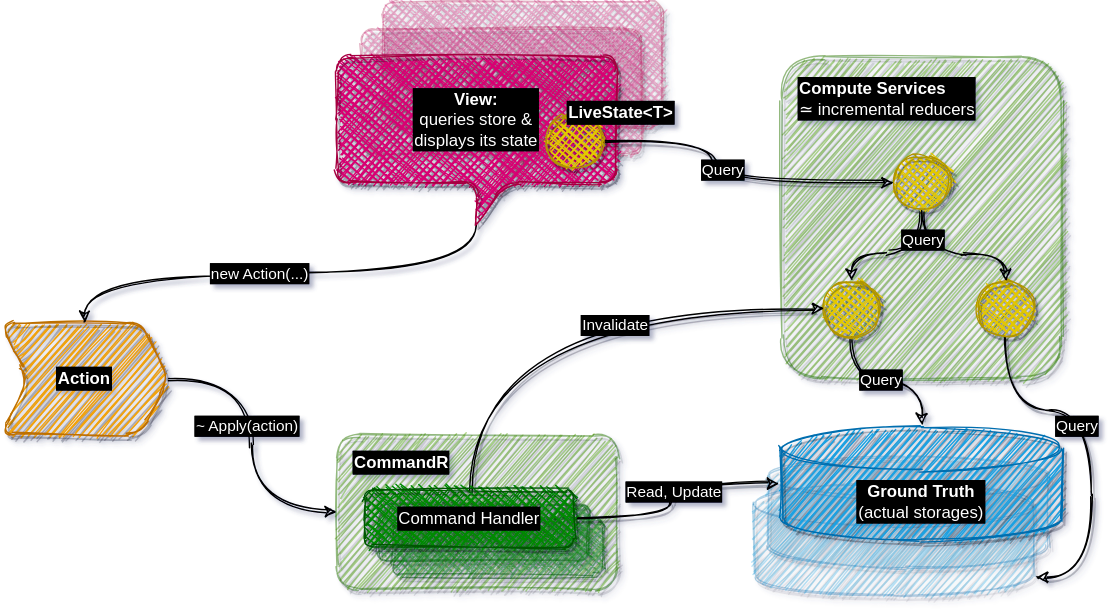
Above: Slides/Fusion_v2/diagrams/vs/fusion1.dio.svg in alexyakunin/Stl.Fusion.Materials (draw.io), before the change. Source tidied: cells renumbered, new cells last; positions are measured from the earlier drawing's top-left corner, leaving out a move shared by most shapes. Source of this version:
```xml
<mxGraphModel shadow="1">
  <root>
    <mxCell id="0" />
    <mxCell id="1" parent="0" />
    <mxCell id="2" style="rounded=1;whiteSpace=wrap;html=1;fillColor=#60a917;strokeColor=#2D7600;fontColor=#ffffff;sketch=1;shadow=1;labelBackgroundColor=#000000;labelBorderColor=#000000;opacity=50;" parent="1" vertex="1">
      <mxGeometry x="558" y="40" width="200" height="230" as="geometry" />
    </mxCell>
    <mxCell id="3" style="shape=cylinder3;whiteSpace=wrap;html=1;boundedLbl=1;backgroundOutline=1;size=15;shadow=1;fillColor=#1ba1e2;strokeColor=#006EAF;strokeWidth=1;perimeterSpacing=2;labelBackgroundColor=#000000;labelBorderColor=#000000;sketch=1;rounded=1;opacity=30;fontColor=#FFFFFF;" parent="1" vertex="1">
      <mxGeometry x="548" y="325" width="200" height="80" as="geometry" />
    </mxCell>
    <mxCell id="4" style="shape=cylinder3;whiteSpace=wrap;html=1;boundedLbl=1;backgroundOutline=1;size=15;shadow=1;fillColor=#1ba1e2;strokeColor=#006EAF;strokeWidth=1;perimeterSpacing=2;labelBackgroundColor=#000000;labelBorderColor=#000000;sketch=1;rounded=1;opacity=30;fontColor=#FFFFFF;" parent="1" vertex="1">
      <mxGeometry x="538" y="345" width="200" height="80" as="geometry" />
    </mxCell>
    <mxCell id="5" value="&lt;b&gt;Ground Truth&lt;/b&gt;&lt;br&gt;(actual storages)" style="shape=cylinder3;whiteSpace=wrap;html=1;boundedLbl=1;backgroundOutline=1;size=15;shadow=1;fillColor=#1ba1e2;strokeColor=#006EAF;strokeWidth=1;perimeterSpacing=2;labelBackgroundColor=#000000;labelBorderColor=#000000;sketch=1;rounded=1;fontColor=#FFFFFF;" parent="1" vertex="1">
      <mxGeometry x="558" y="305" width="200" height="80" as="geometry" />
    </mxCell>
    <mxCell id="6" style="rounded=1;whiteSpace=wrap;html=1;fillColor=#60a917;strokeColor=#2D7600;fontColor=#ffffff;sketch=1;shadow=1;labelBackgroundColor=#000000;labelBorderColor=#000000;opacity=50;" parent="1" vertex="1">
      <mxGeometry x="240" y="310" width="200" height="110" as="geometry" />
    </mxCell>
    <mxCell id="7" style="shape=callout;whiteSpace=wrap;html=1;perimeter=calloutPerimeter;rounded=1;shadow=1;labelBackgroundColor=#000000;sketch=1;strokeWidth=1;fillColor=#d80073;strokeColor=#A50040;fillStyle=cross-hatch;opacity=30;fontColor=#FFFFFF;labelBorderColor=#000000;" parent="1" vertex="1">
      <mxGeometry x="273" width="200" height="120" as="geometry" />
    </mxCell>
    <mxCell id="8" style="edgeStyle=orthogonalEdgeStyle;curved=1;rounded=0;sketch=1;jettySize=auto;html=1;exitX=1;exitY=0.5;exitDx=0;exitDy=0;entryX=0;entryY=0.5;entryDx=0;entryDy=0;labelBackgroundColor=#000000;fontColor=#FFFFFF;labelBorderColor=#000000;" parent="1" edge="1" source="10" target="6">
      <mxGeometry relative="1" as="geometry" />
    </mxCell>
    <mxCell id="9" value="~ Apply(action)" style="edgeLabel;html=1;align=center;verticalAlign=middle;labelBackgroundColor=#000000;fontColor=#FFFFFF;labelBorderColor=#000000;" parent="8" vertex="1">
      <mxGeometry x="-0.09" y="-5" relative="1" as="geometry">
        <mxPoint y="-5" as="offset" />
      </mxGeometry>
    </mxCell>
    <mxCell id="10" value="&lt;b&gt;Action&lt;/b&gt;" style="shape=step;perimeter=stepPerimeter;whiteSpace=wrap;html=1;fixedSize=1;rounded=1;shadow=1;labelBackgroundColor=#000000;sketch=1;strokeWidth=1;fillColor=#f0a30a;strokeColor=#BD7000;fontColor=#FFFFFF;labelBorderColor=#000000;" parent="1" vertex="1">
      <mxGeometry y="230" width="120" height="80" as="geometry" />
    </mxCell>
    <mxCell id="11" style="shape=callout;whiteSpace=wrap;html=1;perimeter=calloutPerimeter;rounded=1;shadow=1;labelBackgroundColor=#000000;sketch=1;strokeWidth=1;fillColor=#d80073;strokeColor=#A50040;fillStyle=cross-hatch;opacity=30;fontColor=#FFFFFF;labelBorderColor=#000000;" parent="1" vertex="1">
      <mxGeometry x="258" y="20" width="200" height="120" as="geometry" />
    </mxCell>
    <mxCell id="12" style="edgeStyle=orthogonalEdgeStyle;curved=1;rounded=0;sketch=1;jettySize=auto;html=1;exitX=0;exitY=0;exitDx=100;exitDy=120;exitPerimeter=0;entryX=0.5;entryY=0;entryDx=0;entryDy=0;labelBackgroundColor=#000000;fontColor=#FFFFFF;labelBorderColor=#000000;" parent="1" edge="1" source="14" target="10">
      <mxGeometry relative="1" as="geometry" />
    </mxCell>
    <mxCell id="13" value="new Action(...)" style="edgeLabel;html=1;align=center;verticalAlign=middle;labelBackgroundColor=#000000;fontColor=#FFFFFF;labelBorderColor=#000000;" parent="12" vertex="1">
      <mxGeometry x="0.09" y="-1" relative="1" as="geometry">
        <mxPoint x="1" as="offset" />
      </mxGeometry>
    </mxCell>
    <mxCell id="14" value="&lt;b&gt;View:&lt;br&gt;&lt;/b&gt;queries store &amp;amp;&lt;br&gt;displays its state" style="shape=callout;whiteSpace=wrap;html=1;perimeter=calloutPerimeter;rounded=1;shadow=1;labelBackgroundColor=#000000;sketch=1;strokeWidth=1;fillColor=#d80073;strokeColor=#A50040;fillStyle=cross-hatch;fontColor=#FFFFFF;labelBorderColor=#000000;" parent="1" vertex="1">
      <mxGeometry x="240" y="40" width="200" height="120" as="geometry" />
    </mxCell>
    <mxCell id="15" value="&lt;b&gt;CommandR&lt;/b&gt;" style="text;html=1;strokeColor=none;fillColor=none;align=left;verticalAlign=middle;whiteSpace=wrap;rounded=0;labelBackgroundColor=#000000;fontColor=#FFFFFF;labelBorderColor=#000000;" parent="1" vertex="1">
      <mxGeometry x="250" y="320" width="70" height="20" as="geometry" />
    </mxCell>
    <mxCell id="16" value="&lt;b&gt;Compute Services&lt;/b&gt;&lt;br&gt;≃&amp;nbsp;incremental reducers" style="text;html=1;strokeColor=none;fillColor=none;align=left;verticalAlign=middle;whiteSpace=wrap;rounded=0;labelBackgroundColor=#000000;fontColor=#FFFFFF;labelBorderColor=#000000;" parent="1" vertex="1">
      <mxGeometry x="568" y="60" width="170" height="20" as="geometry" />
    </mxCell>
    <mxCell id="17" style="edgeStyle=orthogonalEdgeStyle;curved=1;sketch=1;jettySize=auto;html=1;exitX=1;exitY=0.5;exitDx=0;exitDy=0;shadow=1;fontColor=#FFFFFF;entryX=0;entryY=0.5;entryDx=0;entryDy=0;" parent="1" edge="1" source="19" target="28">
      <mxGeometry relative="1" as="geometry">
        <Array as="points">
          <mxPoint x="510" y="100" />
          <mxPoint x="510" y="130" />
        </Array>
      </mxGeometry>
    </mxCell>
    <mxCell id="18" value="Query" style="edgeLabel;html=1;align=center;verticalAlign=middle;fontColor=#FFFFFF;labelBackgroundColor=#000000;labelBorderColor=#000000;" parent="17" vertex="1">
      <mxGeometry x="-0.03" y="4" relative="1" as="geometry">
        <mxPoint y="-6" as="offset" />
      </mxGeometry>
    </mxCell>
    <mxCell id="19" style="ellipse;whiteSpace=wrap;html=1;labelBackgroundColor=#000000;fontColor=#ffffff;align=left;fillColor=#e3c800;strokeColor=#B09500;shadow=1;sketch=1;fillStyle=cross-hatch;" parent="1" vertex="1">
      <mxGeometry x="390" y="80" width="40" height="40" as="geometry" />
    </mxCell>
    <mxCell id="20" value="&lt;b&gt;LiveState&amp;lt;T&amp;gt;&lt;/b&gt;" style="text;html=1;strokeColor=none;fillColor=none;align=left;verticalAlign=middle;whiteSpace=wrap;rounded=0;labelBackgroundColor=#000000;fontColor=#FFFFFF;labelBorderColor=#000000;" parent="1" vertex="1">
      <mxGeometry x="403" y="70" width="70" height="20" as="geometry" />
    </mxCell>
    <mxCell id="21" style="edgeStyle=orthogonalEdgeStyle;curved=1;sketch=1;jettySize=auto;html=1;exitX=0.5;exitY=1;exitDx=0;exitDy=0;shadow=1;fontColor=#FFFFFF;" parent="1" edge="1" source="23" target="5">
      <mxGeometry relative="1" as="geometry" />
    </mxCell>
    <mxCell id="22" value="Query" style="edgeLabel;html=1;align=center;verticalAlign=middle;fontColor=#FFFFFF;labelBackgroundColor=#000000;labelBorderColor=#000000;" parent="21" vertex="1">
      <mxGeometry x="0.37" y="-1" relative="1" as="geometry">
        <mxPoint x="-25.5" y="-3.5" as="offset" />
      </mxGeometry>
    </mxCell>
    <mxCell id="23" style="ellipse;whiteSpace=wrap;html=1;labelBackgroundColor=#000000;fontColor=#ffffff;align=left;fillColor=#e3c800;strokeColor=#B09500;shadow=1;sketch=1;fillStyle=cross-hatch;" parent="1" vertex="1">
      <mxGeometry x="588" y="200" width="40" height="40" as="geometry" />
    </mxCell>
    <mxCell id="24" style="edgeStyle=orthogonalEdgeStyle;curved=1;sketch=1;jettySize=auto;html=1;exitX=0.5;exitY=1;exitDx=0;exitDy=0;entryX=1;entryY=1;entryDx=0;entryDy=-15;entryPerimeter=0;shadow=1;fontColor=#FFFFFF;" parent="1" edge="1" source="26" target="4">
      <mxGeometry relative="1" as="geometry">
        <Array as="points">
          <mxPoint x="718" y="293" />
          <mxPoint x="780" y="293" />
          <mxPoint x="780" y="412" />
        </Array>
      </mxGeometry>
    </mxCell>
    <mxCell id="25" value="Query" style="edgeLabel;html=1;align=center;verticalAlign=middle;fontColor=#FFFFFF;labelBackgroundColor=#000000;labelBorderColor=#000000;" parent="24" vertex="1">
      <mxGeometry x="-0.25" y="-10" relative="1" as="geometry" />
    </mxCell>
    <mxCell id="26" style="ellipse;whiteSpace=wrap;html=1;labelBackgroundColor=#000000;fontColor=#ffffff;align=left;fillColor=#e3c800;strokeColor=#B09500;shadow=1;sketch=1;fillStyle=cross-hatch;" parent="1" vertex="1">
      <mxGeometry x="698" y="200" width="40" height="40" as="geometry" />
    </mxCell>
    <mxCell id="27" style="edgeStyle=orthogonalEdgeStyle;curved=1;sketch=1;jettySize=auto;html=1;exitX=0.5;exitY=1;exitDx=0;exitDy=0;entryX=0.5;entryY=0;entryDx=0;entryDy=0;shadow=1;fontColor=#FFFFFF;labelBackgroundColor=#000000;labelBorderColor=#000000;" parent="1" edge="1" source="28" target="23">
      <mxGeometry x="0.36" relative="1" as="geometry">
        <Array as="points">
          <mxPoint x="658" y="180" />
          <mxPoint x="608" y="180" />
        </Array>
      </mxGeometry>
    </mxCell>
    <mxCell id="28" style="ellipse;whiteSpace=wrap;html=1;labelBackgroundColor=#000000;fontColor=#ffffff;align=left;fillColor=#e3c800;strokeColor=#B09500;shadow=1;sketch=1;fillStyle=cross-hatch;" parent="1" vertex="1">
      <mxGeometry x="638" y="110" width="40" height="40" as="geometry" />
    </mxCell>
    <mxCell id="29" style="rounded=1;whiteSpace=wrap;html=1;shadow=1;labelBackgroundColor=#000000;sketch=1;fontColor=#ffffff;align=center;fillColor=#008a00;strokeColor=#005700;fillStyle=cross-hatch;labelBorderColor=#000000;opacity=50;" parent="1" vertex="1">
      <mxGeometry x="270" y="360" width="150" height="40" as="geometry" />
    </mxCell>
    <mxCell id="30" style="rounded=1;whiteSpace=wrap;html=1;shadow=1;labelBackgroundColor=#000000;sketch=1;fontColor=#ffffff;align=center;fillColor=#008a00;strokeColor=#005700;fillStyle=cross-hatch;labelBorderColor=#000000;opacity=50;" parent="1" vertex="1">
      <mxGeometry x="280" y="370" width="150" height="40" as="geometry" />
    </mxCell>
    <mxCell id="31" style="edgeStyle=orthogonalEdgeStyle;jettySize=auto;html=1;exitX=0.5;exitY=0;exitDx=0;exitDy=0;entryX=0;entryY=0.5;entryDx=0;entryDy=0;fontColor=#FFFFFF;curved=1;sketch=1;shadow=1;" parent="1" edge="1" source="35" target="23">
      <mxGeometry relative="1" as="geometry">
        <Array as="points">
          <mxPoint x="335" y="220" />
        </Array>
      </mxGeometry>
    </mxCell>
    <mxCell id="32" value="Invalidate" style="edgeLabel;html=1;align=center;verticalAlign=middle;fontColor=#FFFFFF;labelBorderColor=#000000;labelBackgroundColor=#000000;" parent="31" vertex="1">
      <mxGeometry x="0.22" y="-11" relative="1" as="geometry" />
    </mxCell>
    <mxCell id="33" style="edgeStyle=orthogonalEdgeStyle;curved=1;sketch=1;jettySize=auto;html=1;exitX=1;exitY=0.5;exitDx=0;exitDy=0;shadow=1;fontColor=#FFFFFF;entryX=0;entryY=0.5;entryDx=0;entryDy=0;entryPerimeter=0;" parent="1" edge="1" source="35" target="5">
      <mxGeometry relative="1" as="geometry">
        <Array as="points">
          <mxPoint x="480" y="370" />
          <mxPoint x="480" y="345" />
        </Array>
      </mxGeometry>
    </mxCell>
    <mxCell id="34" value="Read, Update" style="edgeLabel;html=1;align=center;verticalAlign=middle;fontColor=#FFFFFF;labelBackgroundColor=#000000;labelBorderColor=#000000;" parent="33" vertex="1">
      <mxGeometry x="0.2" y="2" relative="1" as="geometry">
        <mxPoint x="-8" y="7" as="offset" />
      </mxGeometry>
    </mxCell>
    <mxCell id="35" value="Command Handler" style="rounded=1;whiteSpace=wrap;html=1;shadow=1;labelBackgroundColor=#000000;sketch=1;fontColor=#ffffff;align=center;fillColor=#008a00;strokeColor=#005700;fillStyle=cross-hatch;labelBorderColor=#000000;" parent="1" vertex="1">
      <mxGeometry x="260" y="350" width="150" height="40" as="geometry" />
    </mxCell>
    <mxCell id="36" style="edgeStyle=orthogonalEdgeStyle;curved=1;sketch=1;jettySize=auto;html=1;exitX=0.5;exitY=1;exitDx=0;exitDy=0;entryX=0.5;entryY=0;entryDx=0;entryDy=0;shadow=1;fontColor=#FFFFFF;" parent="1" edge="1" source="28" target="26">
      <mxGeometry relative="1" as="geometry">
        <Array as="points">
          <mxPoint x="658" y="180" />
          <mxPoint x="718" y="180" />
        </Array>
      </mxGeometry>
    </mxCell>
    <mxCell id="37" value="Query" style="edgeLabel;html=1;align=center;verticalAlign=middle;fontColor=#FFFFFF;labelBackgroundColor=#000000;labelBorderColor=#000000;" parent="36" vertex="1">
      <mxGeometry x="0.15" y="-7" relative="1" as="geometry">
        <mxPoint x="-34" y="-17" as="offset" />
      </mxGeometry>
    </mxCell>
  </root>
</mxGraphModel>
```
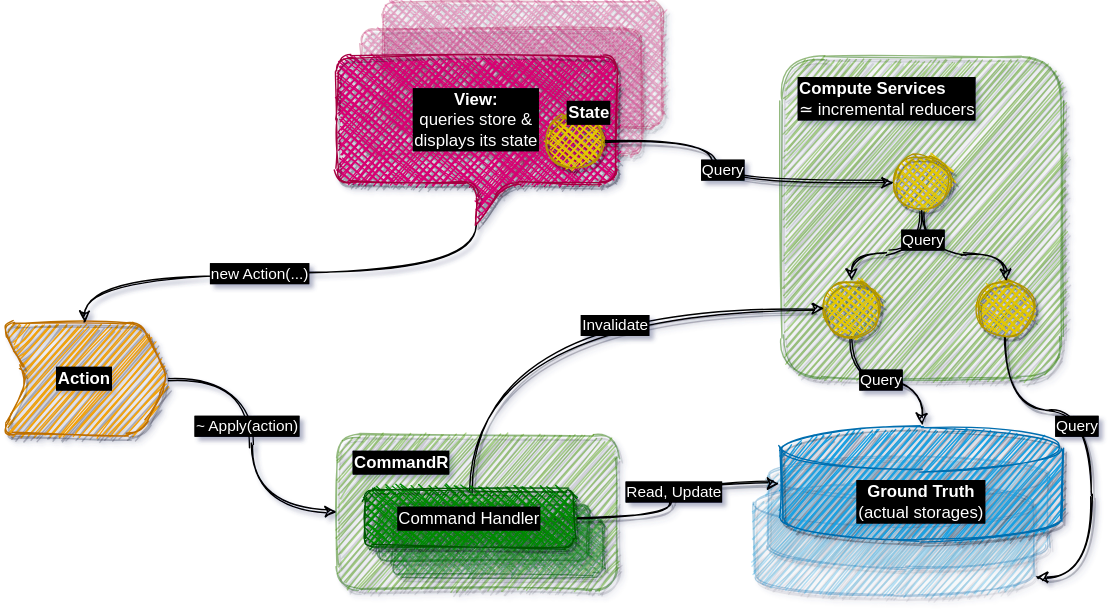
Later version of the same file.

Diff of the diagram source:
```diff
@@ -67,7 +67,7 @@
     <mxCell id="19" style="ellipse;whiteSpace=wrap;html=1;labelBackgroundColor=#000000;fontColor=#ffffff;align=left;fillColor=#e3c800;strokeColor=#B09500;shadow=1;sketch=1;fillStyle=cross-hatch;" parent="1" vertex="1">
       <mxGeometry x="390" y="80" width="40" height="40" as="geometry" />
     </mxCell>
-    <mxCell id="20" value="&lt;b&gt;LiveState&amp;lt;T&amp;gt;&lt;/b&gt;" style="text;html=1;strokeColor=none;fillColor=none;align=left;verticalAlign=middle;whiteSpace=wrap;rounded=0;labelBackgroundColor=#000000;fontColor=#FFFFFF;labelBorderColor=#000000;" parent="1" vertex="1">
+    <mxCell id="20" value="&lt;b&gt;State&lt;/b&gt;" style="text;html=1;strokeColor=none;fillColor=none;align=left;verticalAlign=middle;whiteSpace=wrap;rounded=0;labelBackgroundColor=#000000;fontColor=#FFFFFF;labelBorderColor=#000000;" parent="1" vertex="1">
       <mxGeometry x="403" y="70" width="70" height="20" as="geometry" />
     </mxCell>
     <mxCell id="21" style="edgeStyle=orthogonalEdgeStyle;curved=1;sketch=1;jettySize=auto;html=1;exitX=0.5;exitY=1;exitDx=0;exitDy=0;shadow=1;fontColor=#FFFFFF;" parent="1" edge="1" source="23" target="5">
```
